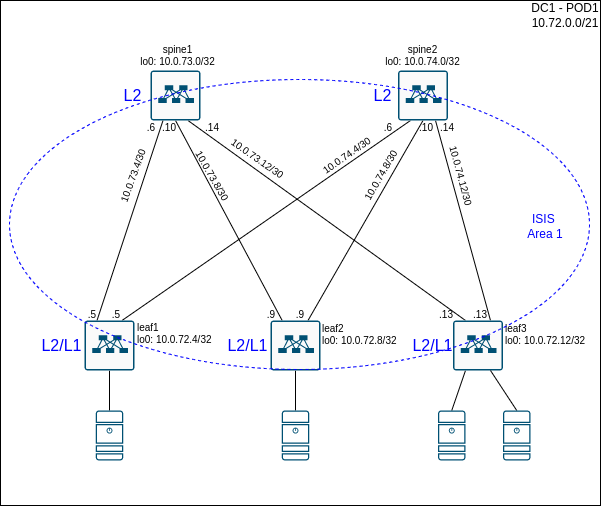
Earlier version of the draw.io export less6/img/DC-Network-ISIS.png (anburtsev/otus-dc-network-design). Source tidied: cells renumbered, new cells last; positions are measured from the earlier drawing's top-left corner, leaving out a move shared by most shapes.
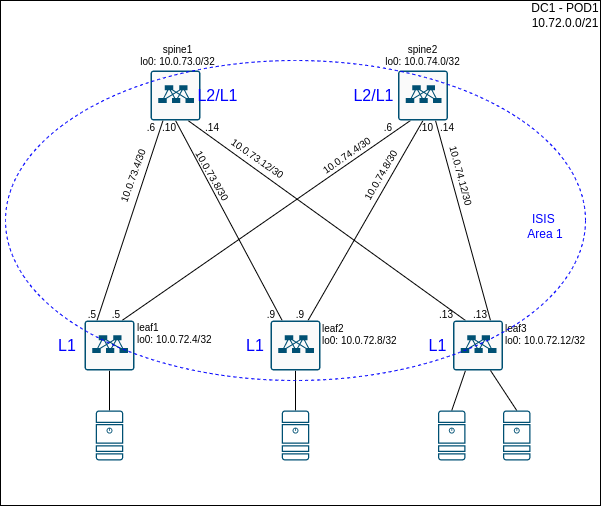
Above is the later version.

Diff of the diagram source:
```diff
@@ -134,26 +134,26 @@
     <mxCell id="45" value=".13" style="text;html=1;strokeColor=none;fillColor=none;align=center;verticalAlign=middle;whiteSpace=wrap;rounded=0;fontSize=10;" parent="1" vertex="1">
       <mxGeometry x="471.8" y="309" width="16" height="10" as="geometry" />
     </mxCell>
-    <mxCell id="46" value="L2" style="text;html=1;align=center;verticalAlign=middle;whiteSpace=wrap;rounded=0;fontColor=#0000FF;fontSize=16;" parent="1" vertex="1">
-      <mxGeometry x="110.2" y="85" width="45" height="20" as="geometry" />
-    </mxCell>
-    <mxCell id="47" value="L2" style="text;html=1;align=center;verticalAlign=middle;whiteSpace=wrap;rounded=0;fontColor=#0000FF;fontSize=16;" parent="1" vertex="1">
-      <mxGeometry x="360" y="85" width="45" height="20" as="geometry" />
-    </mxCell>
-    <mxCell id="48" value="L2/L1" style="text;html=1;align=center;verticalAlign=middle;whiteSpace=wrap;rounded=0;fontColor=#0000FF;fontSize=16;" parent="1" vertex="1">
-      <mxGeometry x="39" y="335" width="45" height="20" as="geometry" />
+    <mxCell id="48" value="L1" style="text;html=1;align=center;verticalAlign=middle;whiteSpace=wrap;rounded=0;fontColor=#0000FF;fontSize=16;" parent="1" vertex="1">
+      <mxGeometry x="50" y="335" width="34" height="20" as="geometry" />
     </mxCell>
-    <mxCell id="49" value="L2/L1" style="text;html=1;align=center;verticalAlign=middle;whiteSpace=wrap;rounded=0;fontColor=#0000FF;fontSize=16;" parent="1" vertex="1">
-      <mxGeometry x="225" y="335" width="45" height="20" as="geometry" />
+    <mxCell id="49" value="L1" style="text;html=1;align=center;verticalAlign=middle;whiteSpace=wrap;rounded=0;fontColor=#0000FF;fontSize=16;" parent="1" vertex="1">
+      <mxGeometry x="240" y="335" width="30" height="20" as="geometry" />
     </mxCell>
-    <mxCell id="50" value="L2/L1" style="text;html=1;align=center;verticalAlign=middle;whiteSpace=wrap;rounded=0;fontColor=#0000FF;fontSize=16;" parent="1" vertex="1">
-      <mxGeometry x="409.8" y="335" width="45" height="20" as="geometry" />
+    <mxCell id="50" value="L1" style="text;html=1;align=center;verticalAlign=middle;whiteSpace=wrap;rounded=0;fontColor=#0000FF;fontSize=16;" parent="1" vertex="1">
+      <mxGeometry x="420" y="335" width="34.8" height="20" as="geometry" />
     </mxCell>
     <mxCell id="51" style="ellipse;whiteSpace=wrap;html=1;fillColor=none;dashed=1;strokeColor=#0000FF;" parent="1" vertex="1">
-      <mxGeometry x="9" y="79" width="580" height="290" as="geometry" />
+      <mxGeometry x="5" y="60" width="580" height="320" as="geometry" />
     </mxCell>
     <mxCell id="52" value="ISIS&amp;nbsp;&lt;br&gt;Area 1" style="text;html=1;align=center;verticalAlign=middle;whiteSpace=wrap;rounded=0;dashed=1;fontColor=#0000FF;" parent="1" vertex="1">
       <mxGeometry x="515" y="211" width="60" height="30" as="geometry" />
     </mxCell>
+    <mxCell id="53" value="L2/L1" style="text;html=1;align=center;verticalAlign=middle;whiteSpace=wrap;rounded=0;fontColor=#0000FF;fontSize=16;" parent="1" vertex="1">
+      <mxGeometry x="195" y="85" width="45" height="20" as="geometry" />
+    </mxCell>
+    <mxCell id="54" value="L2/L1" style="text;html=1;align=center;verticalAlign=middle;whiteSpace=wrap;rounded=0;fontColor=#0000FF;fontSize=16;" parent="1" vertex="1">
+      <mxGeometry x="350.8" y="85" width="45" height="20" as="geometry" />
+    </mxCell>
   </root>
 </mxGraphModel>
```
